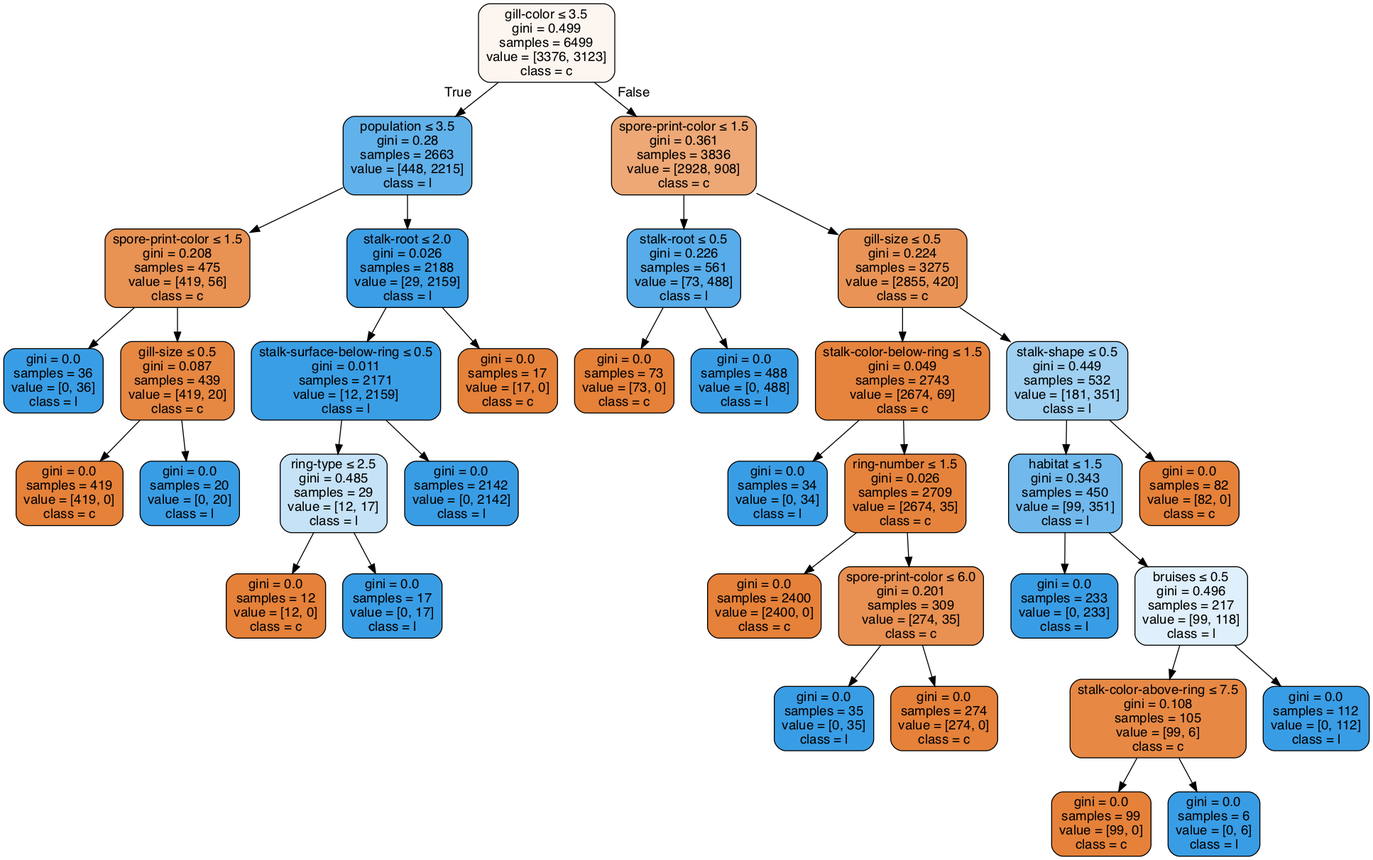
anhle199/Intro2AI-HCMUS keeps this Graphviz diagram as Lab02/clf-max-depth-7.gv.png. Above is the earlier version. Its source is kept beside it as Lab02/clf-max-depth-7.gv. The source it was exported from:
```dot
digraph Tree {
node [shape=box, style="filled, rounded", color="black", fontname=helvetica] ;
edge [fontname=helvetica] ;
0 [label=<gill-color &le; 3.5<br/>gini = 0.499<br/>samples = 6499<br/>value = [3376, 3123]<br/>class = c>, fillcolor="#fdf6f0"] ;
1 [label=<population &le; 3.5<br/>gini = 0.28<br/>samples = 2663<br/>value = [448, 2215]<br/>class = l>, fillcolor="#61b1ea"] ;
0 -> 1 [labeldistance=2.5, labelangle=45, headlabel="True"] ;
2 [label=<spore-print-color &le; 1.5<br/>gini = 0.208<br/>samples = 475<br/>value = [419, 56]<br/>class = c>, fillcolor="#e89253"] ;
1 -> 2 ;
3 [label=<gini = 0.0<br/>samples = 36<br/>value = [0, 36]<br/>class = l>, fillcolor="#399de5"] ;
2 -> 3 ;
4 [label=<gill-size &le; 0.5<br/>gini = 0.087<br/>samples = 439<br/>value = [419, 20]<br/>class = c>, fillcolor="#e68742"] ;
2 -> 4 ;
5 [label=<gini = 0.0<br/>samples = 419<br/>value = [419, 0]<br/>class = c>, fillcolor="#e58139"] ;
4 -> 5 ;
6 [label=<gini = 0.0<br/>samples = 20<br/>value = [0, 20]<br/>class = l>, fillcolor="#399de5"] ;
4 -> 6 ;
7 [label=<stalk-root &le; 2.0<br/>gini = 0.026<br/>samples = 2188<br/>value = [29, 2159]<br/>class = l>, fillcolor="#3c9ee5"] ;
1 -> 7 ;
8 [label=<stalk-surface-below-ring &le; 0.5<br/>gini = 0.011<br/>samples = 2171<br/>value = [12, 2159]<br/>class = l>, fillcolor="#3a9ee5"] ;
7 -> 8 ;
9 [label=<ring-type &le; 2.5<br/>gini = 0.485<br/>samples = 29<br/>value = [12, 17]<br/>class = l>, fillcolor="#c5e2f7"] ;
8 -> 9 ;
10 [label=<gini = 0.0<br/>samples = 12<br/>value = [12, 0]<br/>class = c>, fillcolor="#e58139"] ;
9 -> 10 ;
11 [label=<gini = 0.0<br/>samples = 17<br/>value = [0, 17]<br/>class = l>, fillcolor="#399de5"] ;
9 -> 11 ;
12 [label=<gini = 0.0<br/>samples = 2142<br/>value = [0, 2142]<br/>class = l>, fillcolor="#399de5"] ;
8 -> 12 ;
13 [label=<gini = 0.0<br/>samples = 17<br/>value = [17, 0]<br/>class = c>, fillcolor="#e58139"] ;
7 -> 13 ;
14 [label=<spore-print-color &le; 1.5<br/>gini = 0.361<br/>samples = 3836<br/>value = [2928, 908]<br/>class = c>, fillcolor="#eda876"] ;
0 -> 14 [labeldistance=2.5, labelangle=-45, headlabel="False"] ;
15 [label=<stalk-root &le; 0.5<br/>gini = 0.226<br/>samples = 561<br/>value = [73, 488]<br/>class = l>, fillcolor="#57ace9"] ;
14 -> 15 ;
16 [label=<gini = 0.0<br/>samples = 73<br/>value = [73, 0]<br/>class = c>, fillcolor="#e58139"] ;
15 -> 16 ;
17 [label=<gini = 0.0<br/>samples = 488<br/>value = [0, 488]<br/>class = l>, fillcolor="#399de5"] ;
15 -> 17 ;
18 [label=<gill-size &le; 0.5<br/>gini = 0.224<br/>samples = 3275<br/>value = [2855, 420]<br/>class = c>, fillcolor="#e99456"] ;
14 -> 18 ;
19 [label=<stalk-color-below-ring &le; 1.5<br/>gini = 0.049<br/>samples = 2743<br/>value = [2674, 69]<br/>class = c>, fillcolor="#e6843e"] ;
18 -> 19 ;
20 [label=<gini = 0.0<br/>samples = 34<br/>value = [0, 34]<br/>class = l>, fillcolor="#399de5"] ;
19 -> 20 ;
21 [label=<ring-number &le; 1.5<br/>gini = 0.026<br/>samples = 2709<br/>value = [2674, 35]<br/>class = c>, fillcolor="#e5833c"] ;
19 -> 21 ;
22 [label=<gini = 0.0<br/>samples = 2400<br/>value = [2400, 0]<br/>class = c>, fillcolor="#e58139"] ;
21 -> 22 ;
23 [label=<spore-print-color &le; 6.0<br/>gini = 0.201<br/>samples = 309<br/>value = [274, 35]<br/>class = c>, fillcolor="#e89152"] ;
21 -> 23 ;
24 [label=<gini = 0.0<br/>samples = 35<br/>value = [0, 35]<br/>class = l>, fillcolor="#399de5"] ;
23 -> 24 ;
25 [label=<gini = 0.0<br/>samples = 274<br/>value = [274, 0]<br/>class = c>, fillcolor="#e58139"] ;
23 -> 25 ;
26 [label=<stalk-shape &le; 0.5<br/>gini = 0.449<br/>samples = 532<br/>value = [181, 351]<br/>class = l>, fillcolor="#9fd0f2"] ;
18 -> 26 ;
27 [label=<habitat &le; 1.5<br/>gini = 0.343<br/>samples = 450<br/>value = [99, 351]<br/>class = l>, fillcolor="#71b9ec"] ;
26 -> 27 ;
28 [label=<gini = 0.0<br/>samples = 233<br/>value = [0, 233]<br/>class = l>, fillcolor="#399de5"] ;
27 -> 28 ;
29 [label=<bruises &le; 0.5<br/>gini = 0.496<br/>samples = 217<br/>value = [99, 118]<br/>class = l>, fillcolor="#dfeffb"] ;
27 -> 29 ;
30 [label=<stalk-color-above-ring &le; 7.5<br/>gini = 0.108<br/>samples = 105<br/>value = [99, 6]<br/>class = c>, fillcolor="#e78945"] ;
29 -> 30 ;
31 [label=<gini = 0.0<br/>samples = 99<br/>value = [99, 0]<br/>class = c>, fillcolor="#e58139"] ;
30 -> 31 ;
32 [label=<gini = 0.0<br/>samples = 6<br/>value = [0, 6]<br/>class = l>, fillcolor="#399de5"] ;
30 -> 32 ;
33 [label=<gini = 0.0<br/>samples = 112<br/>value = [0, 112]<br/>class = l>, fillcolor="#399de5"] ;
29 -> 33 ;
34 [label=<gini = 0.0<br/>samples = 82<br/>value = [82, 0]<br/>class = c>, fillcolor="#e58139"] ;
26 -> 34 ;
}
```
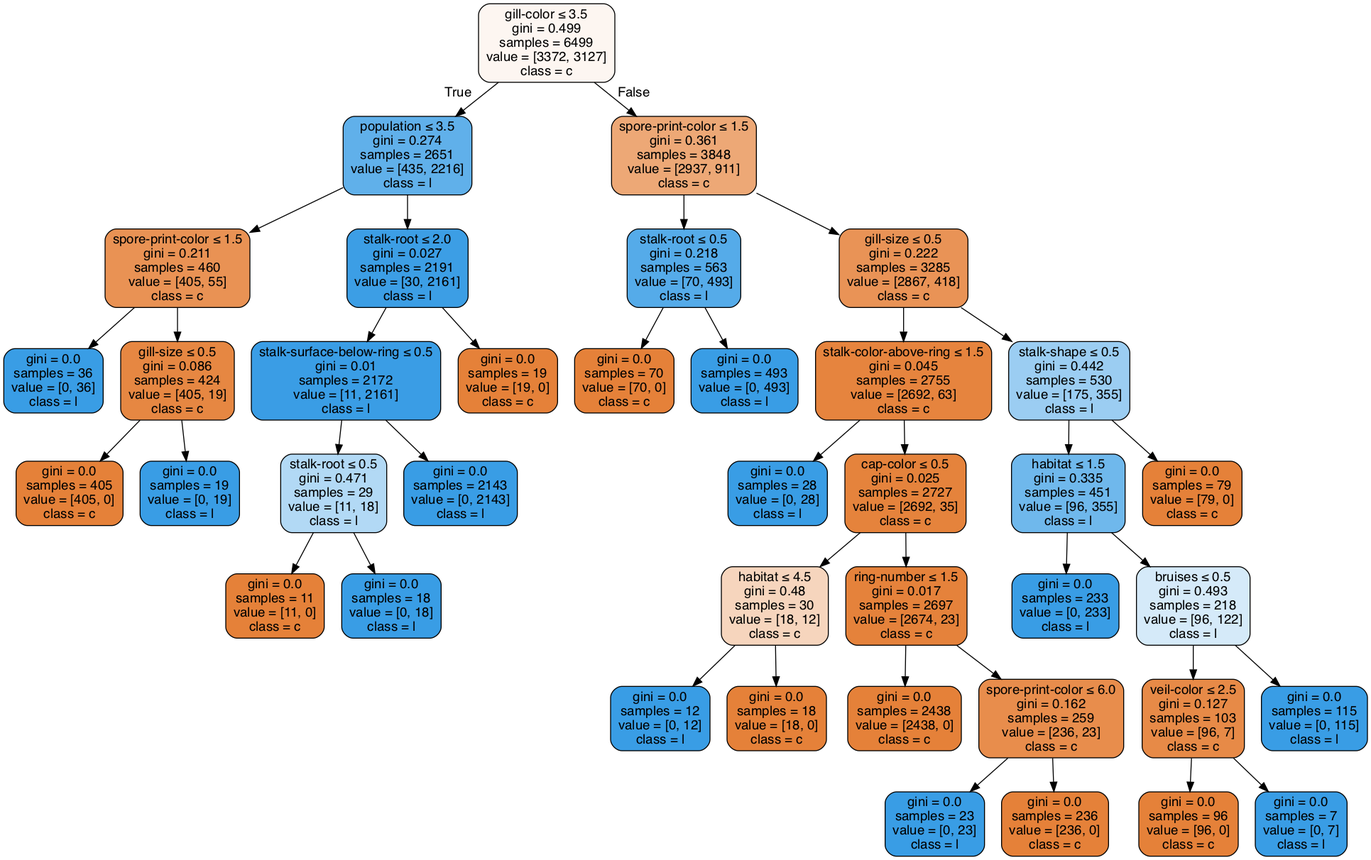
The same diagram one commit later.

The edit, as a diff of the source:
```diff
@@ -1,73 +1,81 @@
 digraph Tree {
 node [shape=box, style="filled, rounded", color="black", fontname=helvetica] ;
 edge [fontname=helvetica] ;
-0 [label=<gill-color &le; 3.5<br/>gini = 0.499<br/>samples = 6499<br/>value = [3376, 3123]<br/>class = c>, fillcolor="#fdf6f0"] ;
-1 [label=<population &le; 3.5<br/>gini = 0.28<br/>samples = 2663<br/>value = [448, 2215]<br/>class = l>, fillcolor="#61b1ea"] ;
+0 [label=<gill-color &le; 3.5<br/>gini = 0.499<br/>samples = 6499<br/>value = [3372, 3127]<br/>class = c>, fillcolor="#fdf6f1"] ;
+1 [label=<population &le; 3.5<br/>gini = 0.274<br/>samples = 2651<br/>value = [435, 2216]<br/>class = l>, fillcolor="#60b0ea"] ;
 0 -> 1 [labeldistance=2.5, labelangle=45, headlabel="True"] ;
-2 [label=<spore-print-color &le; 1.5<br/>gini = 0.208<br/>samples = 475<br/>value = [419, 56]<br/>class = c>, fillcolor="#e89253"] ;
+2 [label=<spore-print-color &le; 1.5<br/>gini = 0.211<br/>samples = 460<br/>value = [405, 55]<br/>class = c>, fillcolor="#e99254"] ;
 1 -> 2 ;
 3 [label=<gini = 0.0<br/>samples = 36<br/>value = [0, 36]<br/>class = l>, fillcolor="#399de5"] ;
 2 -> 3 ;
-4 [label=<gill-size &le; 0.5<br/>gini = 0.087<br/>samples = 439<br/>value = [419, 20]<br/>class = c>, fillcolor="#e68742"] ;
+4 [label=<gill-size &le; 0.5<br/>gini = 0.086<br/>samples = 424<br/>value = [405, 19]<br/>class = c>, fillcolor="#e68742"] ;
 2 -> 4 ;
-5 [label=<gini = 0.0<br/>samples = 419<br/>value = [419, 0]<br/>class = c>, fillcolor="#e58139"] ;
+5 [label=<gini = 0.0<br/>samples = 405<br/>value = [405, 0]<br/>class = c>, fillcolor="#e58139"] ;
 4 -> 5 ;
-6 [label=<gini = 0.0<br/>samples = 20<br/>value = [0, 20]<br/>class = l>, fillcolor="#399de5"] ;
+6 [label=<gini = 0.0<br/>samples = 19<br/>value = [0, 19]<br/>class = l>, fillcolor="#399de5"] ;
 4 -> 6 ;
-7 [label=<stalk-root &le; 2.0<br/>gini = 0.026<br/>samples = 2188<br/>value = [29, 2159]<br/>class = l>, fillcolor="#3c9ee5"] ;
+7 [label=<stalk-root &le; 2.0<br/>gini = 0.027<br/>samples = 2191<br/>value = [30, 2161]<br/>class = l>, fillcolor="#3c9ee5"] ;
 1 -> 7 ;
-8 [label=<stalk-surface-below-ring &le; 0.5<br/>gini = 0.011<br/>samples = 2171<br/>value = [12, 2159]<br/>class = l>, fillcolor="#3a9ee5"] ;
+8 [label=<stalk-surface-below-ring &le; 0.5<br/>gini = 0.01<br/>samples = 2172<br/>value = [11, 2161]<br/>class = l>, fillcolor="#3a9de5"] ;
 7 -> 8 ;
-9 [label=<ring-type &le; 2.5<br/>gini = 0.485<br/>samples = 29<br/>value = [12, 17]<br/>class = l>, fillcolor="#c5e2f7"] ;
+9 [label=<stalk-root &le; 0.5<br/>gini = 0.471<br/>samples = 29<br/>value = [11, 18]<br/>class = l>, fillcolor="#b2d9f5"] ;
 8 -> 9 ;
-10 [label=<gini = 0.0<br/>samples = 12<br/>value = [12, 0]<br/>class = c>, fillcolor="#e58139"] ;
+10 [label=<gini = 0.0<br/>samples = 11<br/>value = [11, 0]<br/>class = c>, fillcolor="#e58139"] ;
 9 -> 10 ;
-11 [label=<gini = 0.0<br/>samples = 17<br/>value = [0, 17]<br/>class = l>, fillcolor="#399de5"] ;
+11 [label=<gini = 0.0<br/>samples = 18<br/>value = [0, 18]<br/>class = l>, fillcolor="#399de5"] ;
 9 -> 11 ;
-12 [label=<gini = 0.0<br/>samples = 2142<br/>value = [0, 2142]<br/>class = l>, fillcolor="#399de5"] ;
+12 [label=<gini = 0.0<br/>samples = 2143<br/>value = [0, 2143]<br/>class = l>, fillcolor="#399de5"] ;
 8 -> 12 ;
-13 [label=<gini = 0.0<br/>samples = 17<br/>value = [17, 0]<br/>class = c>, fillcolor="#e58139"] ;
+13 [label=<gini = 0.0<br/>samples = 19<br/>value = [19, 0]<br/>class = c>, fillcolor="#e58139"] ;
 7 -> 13 ;
-14 [label=<spore-print-color &le; 1.5<br/>gini = 0.361<br/>samples = 3836<br/>value = [2928, 908]<br/>class = c>, fillcolor="#eda876"] ;
+14 [label=<spore-print-color &le; 1.5<br/>gini = 0.361<br/>samples = 3848<br/>value = [2937, 911]<br/>class = c>, fillcolor="#eda876"] ;
 0 -> 14 [labeldistance=2.5, labelangle=-45, headlabel="False"] ;
-15 [label=<stalk-root &le; 0.5<br/>gini = 0.226<br/>samples = 561<br/>value = [73, 488]<br/>class = l>, fillcolor="#57ace9"] ;
+15 [label=<stalk-root &le; 0.5<br/>gini = 0.218<br/>samples = 563<br/>value = [70, 493]<br/>class = l>, fillcolor="#55abe9"] ;
 14 -> 15 ;
-16 [label=<gini = 0.0<br/>samples = 73<br/>value = [73, 0]<br/>class = c>, fillcolor="#e58139"] ;
+16 [label=<gini = 0.0<br/>samples = 70<br/>value = [70, 0]<br/>class = c>, fillcolor="#e58139"] ;
 15 -> 16 ;
-17 [label=<gini = 0.0<br/>samples = 488<br/>value = [0, 488]<br/>class = l>, fillcolor="#399de5"] ;
+17 [label=<gini = 0.0<br/>samples = 493<br/>value = [0, 493]<br/>class = l>, fillcolor="#399de5"] ;
 15 -> 17 ;
-18 [label=<gill-size &le; 0.5<br/>gini = 0.224<br/>samples = 3275<br/>value = [2855, 420]<br/>class = c>, fillcolor="#e99456"] ;
+18 [label=<gill-size &le; 0.5<br/>gini = 0.222<br/>samples = 3285<br/>value = [2867, 418]<br/>class = c>, fillcolor="#e99356"] ;
 14 -> 18 ;
-19 [label=<stalk-color-below-ring &le; 1.5<br/>gini = 0.049<br/>samples = 2743<br/>value = [2674, 69]<br/>class = c>, fillcolor="#e6843e"] ;
+19 [label=<stalk-color-above-ring &le; 1.5<br/>gini = 0.045<br/>samples = 2755<br/>value = [2692, 63]<br/>class = c>, fillcolor="#e6843e"] ;
 18 -> 19 ;
-20 [label=<gini = 0.0<br/>samples = 34<br/>value = [0, 34]<br/>class = l>, fillcolor="#399de5"] ;
+20 [label=<gini = 0.0<br/>samples = 28<br/>value = [0, 28]<br/>class = l>, fillcolor="#399de5"] ;
 19 -> 20 ;
-21 [label=<ring-number &le; 1.5<br/>gini = 0.026<br/>samples = 2709<br/>value = [2674, 35]<br/>class = c>, fillcolor="#e5833c"] ;
+21 [label=<cap-color &le; 0.5<br/>gini = 0.025<br/>samples = 2727<br/>value = [2692, 35]<br/>class = c>, fillcolor="#e5833c"] ;
 19 -> 21 ;
-22 [label=<gini = 0.0<br/>samples = 2400<br/>value = [2400, 0]<br/>class = c>, fillcolor="#e58139"] ;
+22 [label=<habitat &le; 4.5<br/>gini = 0.48<br/>samples = 30<br/>value = [18, 12]<br/>class = c>, fillcolor="#f6d5bd"] ;
 21 -> 22 ;
-23 [label=<spore-print-color &le; 6.0<br/>gini = 0.201<br/>samples = 309<br/>value = [274, 35]<br/>class = c>, fillcolor="#e89152"] ;
-21 -> 23 ;
-24 [label=<gini = 0.0<br/>samples = 35<br/>value = [0, 35]<br/>class = l>, fillcolor="#399de5"] ;
-23 -> 24 ;
-25 [label=<gini = 0.0<br/>samples = 274<br/>value = [274, 0]<br/>class = c>, fillcolor="#e58139"] ;
-23 -> 25 ;
-26 [label=<stalk-shape &le; 0.5<br/>gini = 0.449<br/>samples = 532<br/>value = [181, 351]<br/>class = l>, fillcolor="#9fd0f2"] ;
-18 -> 26 ;
-27 [label=<habitat &le; 1.5<br/>gini = 0.343<br/>samples = 450<br/>value = [99, 351]<br/>class = l>, fillcolor="#71b9ec"] ;
-26 -> 27 ;
-28 [label=<gini = 0.0<br/>samples = 233<br/>value = [0, 233]<br/>class = l>, fillcolor="#399de5"] ;
+23 [label=<gini = 0.0<br/>samples = 12<br/>value = [0, 12]<br/>class = l>, fillcolor="#399de5"] ;
+22 -> 23 ;
+24 [label=<gini = 0.0<br/>samples = 18<br/>value = [18, 0]<br/>class = c>, fillcolor="#e58139"] ;
+22 -> 24 ;
+25 [label=<ring-number &le; 1.5<br/>gini = 0.017<br/>samples = 2697<br/>value = [2674, 23]<br/>class = c>, fillcolor="#e5823b"] ;
+21 -> 25 ;
+26 [label=<gini = 0.0<br/>samples = 2438<br/>value = [2438, 0]<br/>class = c>, fillcolor="#e58139"] ;
+25 -> 26 ;
+27 [label=<spore-print-color &le; 6.0<br/>gini = 0.162<br/>samples = 259<br/>value = [236, 23]<br/>class = c>, fillcolor="#e88d4c"] ;
+25 -> 27 ;
+28 [label=<gini = 0.0<br/>samples = 23<br/>value = [0, 23]<br/>class = l>, fillcolor="#399de5"] ;
 27 -> 28 ;
-29 [label=<bruises &le; 0.5<br/>gini = 0.496<br/>samples = 217<br/>value = [99, 118]<br/>class = l>, fillcolor="#dfeffb"] ;
+29 [label=<gini = 0.0<br/>samples = 236<br/>value = [236, 0]<br/>class = c>, fillcolor="#e58139"] ;
 27 -> 29 ;
-30 [label=<stalk-color-above-ring &le; 7.5<br/>gini = 0.108<br/>samples = 105<br/>value = [99, 6]<br/>class = c>, fillcolor="#e78945"] ;
-29 -> 30 ;
-31 [label=<gini = 0.0<br/>samples = 99<br/>value = [99, 0]<br/>class = c>, fillcolor="#e58139"] ;
+30 [label=<stalk-shape &le; 0.5<br/>gini = 0.442<br/>samples = 530<br/>value = [175, 355]<br/>class = l>, fillcolor="#9bcdf2"] ;
+18 -> 30 ;
+31 [label=<habitat &le; 1.5<br/>gini = 0.335<br/>samples = 451<br/>value = [96, 355]<br/>class = l>, fillcolor="#6fb8ec"] ;
 30 -> 31 ;
-32 [label=<gini = 0.0<br/>samples = 6<br/>value = [0, 6]<br/>class = l>, fillcolor="#399de5"] ;
-30 -> 32 ;
-33 [label=<gini = 0.0<br/>samples = 112<br/>value = [0, 112]<br/>class = l>, fillcolor="#399de5"] ;
-29 -> 33 ;
-34 [label=<gini = 0.0<br/>samples = 82<br/>value = [82, 0]<br/>class = c>, fillcolor="#e58139"] ;
-26 -> 34 ;
+32 [label=<gini = 0.0<br/>samples = 233<br/>value = [0, 233]<br/>class = l>, fillcolor="#399de5"] ;
+31 -> 32 ;
+33 [label=<bruises &le; 0.5<br/>gini = 0.493<br/>samples = 218<br/>value = [96, 122]<br/>class = l>, fillcolor="#d5eaf9"] ;
+31 -> 33 ;
+34 [label=<veil-color &le; 2.5<br/>gini = 0.127<br/>samples = 103<br/>value = [96, 7]<br/>class = c>, fillcolor="#e78a47"] ;
+33 -> 34 ;
+35 [label=<gini = 0.0<br/>samples = 96<br/>value = [96, 0]<br/>class = c>, fillcolor="#e58139"] ;
+34 -> 35 ;
+36 [label=<gini = 0.0<br/>samples = 7<br/>value = [0, 7]<br/>class = l>, fillcolor="#399de5"] ;
+34 -> 36 ;
+37 [label=<gini = 0.0<br/>samples = 115<br/>value = [0, 115]<br/>class = l>, fillcolor="#399de5"] ;
+33 -> 37 ;
+38 [label=<gini = 0.0<br/>samples = 79<br/>value = [79, 0]<br/>class = c>, fillcolor="#e58139"] ;
+30 -> 38 ;
 }
```
